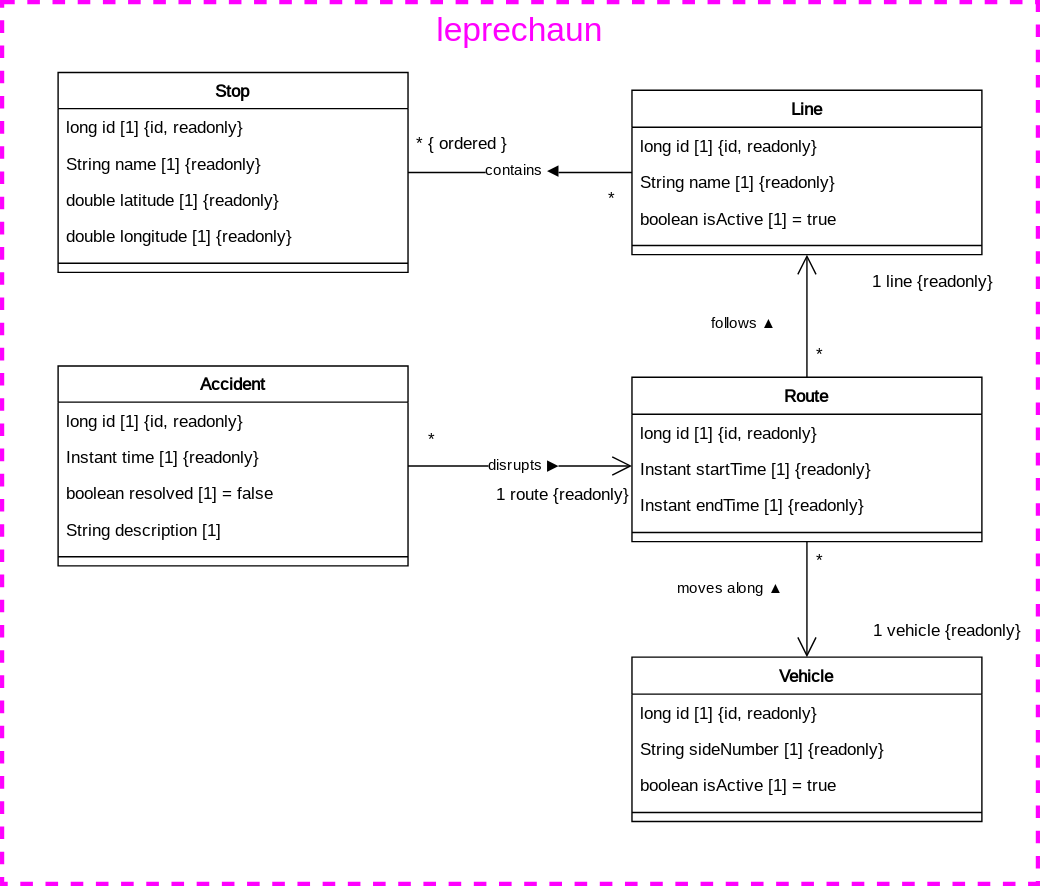
The draw.io diagram documentation/course/e2/images/class-diagram-leprechaun.drawio.svg in PWR-ACS-SE-24/SoftwareSystemDesign, before a commit. Source tidied: cells renumbered, new cells last; positions are measured from the earlier drawing's top-left corner, leaving out a move shared by most shapes.
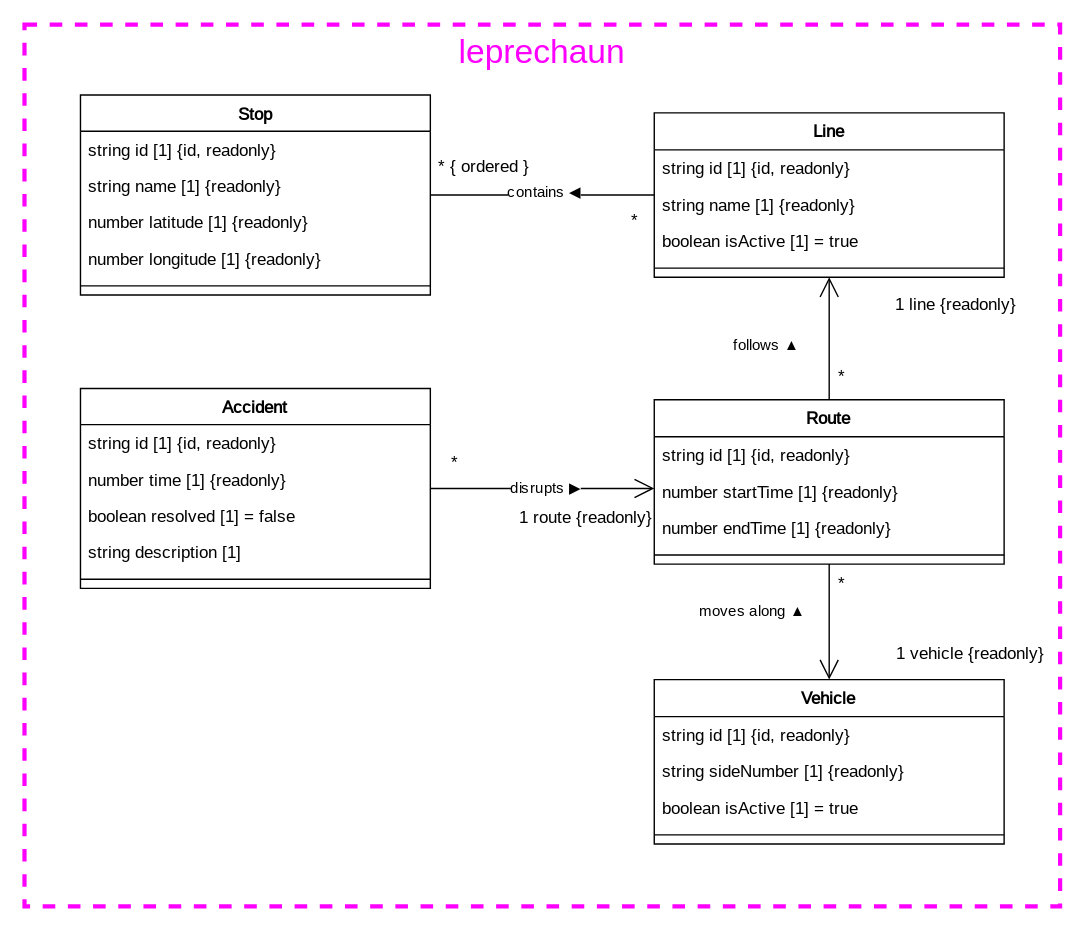
Above is the later version.

Change to the diagram source:
```diff
@@ -11,16 +11,16 @@
     <mxCell id="4" value="Accident" style="swimlane;fontStyle=1;align=center;verticalAlign=top;horizontal=1;startSize=25.818181818181817;fontFamily=JetBrains Mono;fontSource=https%3A%2F%2Ffonts.googleapis.com%2Fcss%3Ffamily%3DJetBrains%2BMono;" parent="1" vertex="1">
       <mxGeometry x="40" y="260" width="250" height="142.8" as="geometry" />
     </mxCell>
-    <mxCell id="5" value="long id [1] {id, readonly}" style="text;strokeColor=none;fillColor=none;align=left;verticalAlign=top;spacingLeft=4;spacingRight=4;overflow=hidden;fontFamily=JetBrains Mono;fontStyle=0;fontSource=https%3A%2F%2Ffonts.googleapis.com%2Fcss%3Ffamily%3DJetBrains%2BMono;" parent="4" vertex="1">
+    <mxCell id="5" value="string id [1] {id, readonly}" style="text;strokeColor=none;fillColor=none;align=left;verticalAlign=top;spacingLeft=4;spacingRight=4;overflow=hidden;fontFamily=JetBrains Mono;fontStyle=0;fontSource=https%3A%2F%2Ffonts.googleapis.com%2Fcss%3Ffamily%3DJetBrains%2BMono;" parent="4" vertex="1">
       <mxGeometry y="25.8" width="250" height="26" as="geometry" />
     </mxCell>
-    <mxCell id="6" value="Instant time [1] {readonly}" style="text;strokeColor=none;fillColor=none;align=left;verticalAlign=top;spacingLeft=4;spacingRight=4;overflow=hidden;fontFamily=JetBrains Mono;fontStyle=0;fontSource=https%3A%2F%2Ffonts.googleapis.com%2Fcss%3Ffamily%3DJetBrains%2BMono;" parent="4" vertex="1">
+    <mxCell id="6" value="number time [1] {readonly}" style="text;strokeColor=none;fillColor=none;align=left;verticalAlign=top;spacingLeft=4;spacingRight=4;overflow=hidden;fontFamily=JetBrains Mono;fontStyle=0;fontSource=https%3A%2F%2Ffonts.googleapis.com%2Fcss%3Ffamily%3DJetBrains%2BMono;" parent="4" vertex="1">
       <mxGeometry y="51.8" width="250" height="26" as="geometry" />
     </mxCell>
     <mxCell id="7" value="boolean resolved [1] = false" style="text;strokeColor=none;fillColor=none;align=left;verticalAlign=top;spacingLeft=4;spacingRight=4;overflow=hidden;fontFamily=JetBrains Mono;fontStyle=0;fontSource=https%3A%2F%2Ffonts.googleapis.com%2Fcss%3Ffamily%3DJetBrains%2BMono;" parent="4" vertex="1">
       <mxGeometry y="77.8" width="250" height="26" as="geometry" />
     </mxCell>
-    <mxCell id="8" value="String description [1]" style="text;strokeColor=none;fillColor=none;align=left;verticalAlign=top;spacingLeft=4;spacingRight=4;overflow=hidden;fontFamily=JetBrains Mono;fontStyle=0;fontSource=https%3A%2F%2Ffonts.googleapis.com%2Fcss%3Ffamily%3DJetBrains%2BMono;" parent="4" vertex="1">
+    <mxCell id="8" value="string description [1]" style="text;strokeColor=none;fillColor=none;align=left;verticalAlign=top;spacingLeft=4;spacingRight=4;overflow=hidden;fontFamily=JetBrains Mono;fontStyle=0;fontSource=https%3A%2F%2Ffonts.googleapis.com%2Fcss%3Ffamily%3DJetBrains%2BMono;" parent="4" vertex="1">
       <mxGeometry y="103.8" width="250" height="26" as="geometry" />
     </mxCell>
     <mxCell id="9" style="line;strokeWidth=1;fillColor=none;align=left;verticalAlign=middle;spacingTop=-1;spacingLeft=3;spacingRight=3;labelPosition=right;strokeColor=inherit;fontFamily=JetBrains Mono;fontStyle=0;fontSource=https%3A%2F%2Ffonts.googleapis.com%2Fcss%3Ffamily%3DJetBrains%2BMono;" parent="4" vertex="1">
@@ -29,10 +29,10 @@
     <mxCell id="10" value="Line" style="swimlane;fontStyle=1;align=center;verticalAlign=top;horizontal=1;startSize=26.444444444444443;fontFamily=JetBrains Mono;fontSource=https%3A%2F%2Ffonts.googleapis.com%2Fcss%3Ffamily%3DJetBrains%2BMono;" parent="1" vertex="1">
       <mxGeometry x="450" y="63" width="250" height="117.4" as="geometry" />
     </mxCell>
-    <mxCell id="11" value="long id [1] {id, readonly}" style="text;strokeColor=none;fillColor=none;align=left;verticalAlign=top;spacingLeft=4;spacingRight=4;overflow=hidden;fontFamily=JetBrains Mono;fontStyle=0;fontSource=https%3A%2F%2Ffonts.googleapis.com%2Fcss%3Ffamily%3DJetBrains%2BMono;" parent="10" vertex="1">
+    <mxCell id="11" value="string id [1] {id, readonly}" style="text;strokeColor=none;fillColor=none;align=left;verticalAlign=top;spacingLeft=4;spacingRight=4;overflow=hidden;fontFamily=JetBrains Mono;fontStyle=0;fontSource=https%3A%2F%2Ffonts.googleapis.com%2Fcss%3Ffamily%3DJetBrains%2BMono;" parent="10" vertex="1">
       <mxGeometry y="26.4" width="250" height="26" as="geometry" />
     </mxCell>
-    <mxCell id="12" value="String name [1] {readonly}" style="text;strokeColor=none;fillColor=none;align=left;verticalAlign=top;spacingLeft=4;spacingRight=4;overflow=hidden;fontFamily=JetBrains Mono;fontStyle=0;fontSource=https%3A%2F%2Ffonts.googleapis.com%2Fcss%3Ffamily%3DJetBrains%2BMono;" parent="10" vertex="1">
+    <mxCell id="12" value="string name [1] {readonly}" style="text;strokeColor=none;fillColor=none;align=left;verticalAlign=top;spacingLeft=4;spacingRight=4;overflow=hidden;fontFamily=JetBrains Mono;fontStyle=0;fontSource=https%3A%2F%2Ffonts.googleapis.com%2Fcss%3Ffamily%3DJetBrains%2BMono;" parent="10" vertex="1">
       <mxGeometry y="52.4" width="250" height="26" as="geometry" />
     </mxCell>
     <mxCell id="13" value="boolean isActive [1] = true" style="text;strokeColor=none;fillColor=none;align=left;verticalAlign=top;spacingLeft=4;spacingRight=4;overflow=hidden;fontFamily=JetBrains Mono;fontStyle=0;fontSource=https%3A%2F%2Ffonts.googleapis.com%2Fcss%3Ffamily%3DJetBrains%2BMono;" parent="10" vertex="1">
@@ -44,13 +44,13 @@
     <mxCell id="15" value="Route" style="swimlane;fontStyle=1;align=center;verticalAlign=top;horizontal=1;startSize=26.444444444444443;fontFamily=JetBrains Mono;fontSource=https%3A%2F%2Ffonts.googleapis.com%2Fcss%3Ffamily%3DJetBrains%2BMono;" parent="1" vertex="1">
       <mxGeometry x="450" y="268" width="250" height="117.4" as="geometry" />
     </mxCell>
-    <mxCell id="16" value="long id [1] {id, readonly}" style="text;strokeColor=none;fillColor=none;align=left;verticalAlign=top;spacingLeft=4;spacingRight=4;overflow=hidden;fontFamily=JetBrains Mono;fontStyle=0;fontSource=https%3A%2F%2Ffonts.googleapis.com%2Fcss%3Ffamily%3DJetBrains%2BMono;" parent="15" vertex="1">
+    <mxCell id="16" value="string id [1] {id, readonly}" style="text;strokeColor=none;fillColor=none;align=left;verticalAlign=top;spacingLeft=4;spacingRight=4;overflow=hidden;fontFamily=JetBrains Mono;fontStyle=0;fontSource=https%3A%2F%2Ffonts.googleapis.com%2Fcss%3Ffamily%3DJetBrains%2BMono;" parent="15" vertex="1">
       <mxGeometry y="26.4" width="250" height="26" as="geometry" />
     </mxCell>
-    <mxCell id="17" value="Instant startTime [1] {readonly}" style="text;strokeColor=none;fillColor=none;align=left;verticalAlign=top;spacingLeft=4;spacingRight=4;overflow=hidden;fontFamily=JetBrains Mono;fontStyle=0;fontSource=https%3A%2F%2Ffonts.googleapis.com%2Fcss%3Ffamily%3DJetBrains%2BMono;" parent="15" vertex="1">
+    <mxCell id="17" value="number startTime [1] {readonly}" style="text;strokeColor=none;fillColor=none;align=left;verticalAlign=top;spacingLeft=4;spacingRight=4;overflow=hidden;fontFamily=JetBrains Mono;fontStyle=0;fontSource=https%3A%2F%2Ffonts.googleapis.com%2Fcss%3Ffamily%3DJetBrains%2BMono;" parent="15" vertex="1">
       <mxGeometry y="52.4" width="250" height="26" as="geometry" />
     </mxCell>
-    <mxCell id="18" value="Instant endTime [1] {readonly}" style="text;strokeColor=none;fillColor=none;align=left;verticalAlign=top;spacingLeft=4;spacingRight=4;overflow=hidden;fontFamily=JetBrains Mono;fontStyle=0;fontSource=https%3A%2F%2Ffonts.googleapis.com%2Fcss%3Ffamily%3DJetBrains%2BMono;" parent="15" vertex="1">
+    <mxCell id="18" value="number endTime [1] {readonly}" style="text;strokeColor=none;fillColor=none;align=left;verticalAlign=top;spacingLeft=4;spacingRight=4;overflow=hidden;fontFamily=JetBrains Mono;fontStyle=0;fontSource=https%3A%2F%2Ffonts.googleapis.com%2Fcss%3Ffamily%3DJetBrains%2BMono;" parent="15" vertex="1">
       <mxGeometry y="78.4" width="250" height="26" as="geometry" />
     </mxCell>
     <mxCell id="19" style="line;strokeWidth=1;fillColor=none;align=left;verticalAlign=middle;spacingTop=-1;spacingLeft=3;spacingRight=3;labelPosition=right;strokeColor=inherit;fontFamily=JetBrains Mono;fontStyle=0;fontSource=https%3A%2F%2Ffonts.googleapis.com%2Fcss%3Ffamily%3DJetBrains%2BMono;" parent="15" vertex="1">
@@ -59,16 +59,16 @@
     <mxCell id="20" value="Stop" style="swimlane;fontStyle=1;align=center;verticalAlign=top;horizontal=1;startSize=25.818181818181817;fontFamily=JetBrains Mono;fontSource=https%3A%2F%2Ffonts.googleapis.com%2Fcss%3Ffamily%3DJetBrains%2BMono;" parent="1" vertex="1">
       <mxGeometry x="40" y="50.3" width="250" height="142.8" as="geometry" />
     </mxCell>
-    <mxCell id="21" value="long id [1] {id, readonly}" style="text;strokeColor=none;fillColor=none;align=left;verticalAlign=top;spacingLeft=4;spacingRight=4;overflow=hidden;fontFamily=JetBrains Mono;fontStyle=0;fontSource=https%3A%2F%2Ffonts.googleapis.com%2Fcss%3Ffamily%3DJetBrains%2BMono;" parent="20" vertex="1">
+    <mxCell id="21" value="string id [1] {id, readonly}" style="text;strokeColor=none;fillColor=none;align=left;verticalAlign=top;spacingLeft=4;spacingRight=4;overflow=hidden;fontFamily=JetBrains Mono;fontStyle=0;fontSource=https%3A%2F%2Ffonts.googleapis.com%2Fcss%3Ffamily%3DJetBrains%2BMono;" parent="20" vertex="1">
       <mxGeometry y="25.8" width="250" height="26" as="geometry" />
     </mxCell>
-    <mxCell id="22" value="String name [1] {readonly}" style="text;strokeColor=none;fillColor=none;align=left;verticalAlign=top;spacingLeft=4;spacingRight=4;overflow=hidden;fontFamily=JetBrains Mono;fontStyle=0;fontSource=https%3A%2F%2Ffonts.googleapis.com%2Fcss%3Ffamily%3DJetBrains%2BMono;" parent="20" vertex="1">
+    <mxCell id="22" value="string name [1] {readonly}" style="text;strokeColor=none;fillColor=none;align=left;verticalAlign=top;spacingLeft=4;spacingRight=4;overflow=hidden;fontFamily=JetBrains Mono;fontStyle=0;fontSource=https%3A%2F%2Ffonts.googleapis.com%2Fcss%3Ffamily%3DJetBrains%2BMono;" parent="20" vertex="1">
       <mxGeometry y="51.8" width="250" height="26" as="geometry" />
     </mxCell>
-    <mxCell id="23" value="double latitude [1] {readonly}" style="text;strokeColor=none;fillColor=none;align=left;verticalAlign=top;spacingLeft=4;spacingRight=4;overflow=hidden;fontFamily=JetBrains Mono;fontStyle=0;fontSource=https%3A%2F%2Ffonts.googleapis.com%2Fcss%3Ffamily%3DJetBrains%2BMono;" parent="20" vertex="1">
+    <mxCell id="23" value="number latitude [1] {readonly}" style="text;strokeColor=none;fillColor=none;align=left;verticalAlign=top;spacingLeft=4;spacingRight=4;overflow=hidden;fontFamily=JetBrains Mono;fontStyle=0;fontSource=https%3A%2F%2Ffonts.googleapis.com%2Fcss%3Ffamily%3DJetBrains%2BMono;" parent="20" vertex="1">
       <mxGeometry y="77.8" width="250" height="26" as="geometry" />
     </mxCell>
-    <mxCell id="24" value="double longitude [1] {readonly}" style="text;strokeColor=none;fillColor=none;align=left;verticalAlign=top;spacingLeft=4;spacingRight=4;overflow=hidden;fontFamily=JetBrains Mono;fontStyle=0;fontSource=https%3A%2F%2Ffonts.googleapis.com%2Fcss%3Ffamily%3DJetBrains%2BMono;" parent="20" vertex="1">
+    <mxCell id="24" value="number longitude [1] {readonly}" style="text;strokeColor=none;fillColor=none;align=left;verticalAlign=top;spacingLeft=4;spacingRight=4;overflow=hidden;fontFamily=JetBrains Mono;fontStyle=0;fontSource=https%3A%2F%2Ffonts.googleapis.com%2Fcss%3Ffamily%3DJetBrains%2BMono;" parent="20" vertex="1">
       <mxGeometry y="103.8" width="250" height="26" as="geometry" />
     </mxCell>
     <mxCell id="25" style="line;strokeWidth=1;fillColor=none;align=left;verticalAlign=middle;spacingTop=-1;spacingLeft=3;spacingRight=3;labelPosition=right;strokeColor=inherit;fontFamily=JetBrains Mono;fontStyle=0;fontSource=https%3A%2F%2Ffonts.googleapis.com%2Fcss%3Ffamily%3DJetBrains%2BMono;" parent="20" vertex="1">
@@ -77,10 +77,10 @@
     <mxCell id="26" value="Vehicle" style="swimlane;fontStyle=1;align=center;verticalAlign=top;horizontal=1;startSize=26.444444444444443;fontFamily=JetBrains Mono;fontSource=https%3A%2F%2Ffonts.googleapis.com%2Fcss%3Ffamily%3DJetBrains%2BMono;" parent="1" vertex="1">
       <mxGeometry x="450" y="468" width="250" height="117.4" as="geometry" />
     </mxCell>
-    <mxCell id="27" value="long id [1] {id, readonly}" style="text;strokeColor=none;fillColor=none;align=left;verticalAlign=top;spacingLeft=4;spacingRight=4;overflow=hidden;fontFamily=JetBrains Mono;fontStyle=0;fontSource=https%3A%2F%2Ffonts.googleapis.com%2Fcss%3Ffamily%3DJetBrains%2BMono;" parent="26" vertex="1">
+    <mxCell id="27" value="string id [1] {id, readonly}" style="text;strokeColor=none;fillColor=none;align=left;verticalAlign=top;spacingLeft=4;spacingRight=4;overflow=hidden;fontFamily=JetBrains Mono;fontStyle=0;fontSource=https%3A%2F%2Ffonts.googleapis.com%2Fcss%3Ffamily%3DJetBrains%2BMono;" parent="26" vertex="1">
       <mxGeometry y="26.4" width="250" height="26" as="geometry" />
     </mxCell>
-    <mxCell id="28" value="String sideNumber [1] {readonly}" style="text;strokeColor=none;fillColor=none;align=left;verticalAlign=top;spacingLeft=4;spacingRight=4;overflow=hidden;fontFamily=JetBrains Mono;fontStyle=0;fontSource=https%3A%2F%2Ffonts.googleapis.com%2Fcss%3Ffamily%3DJetBrains%2BMono;" parent="26" vertex="1">
+    <mxCell id="28" value="string sideNumber [1] {readonly}" style="text;strokeColor=none;fillColor=none;align=left;verticalAlign=top;spacingLeft=4;spacingRight=4;overflow=hidden;fontFamily=JetBrains Mono;fontStyle=0;fontSource=https%3A%2F%2Ffonts.googleapis.com%2Fcss%3Ffamily%3DJetBrains%2BMono;" parent="26" vertex="1">
       <mxGeometry y="52.4" width="250" height="26" as="geometry" />
     </mxCell>
     <mxCell id="29" value="boolean isActive [1] = true" style="text;strokeColor=none;fillColor=none;align=left;verticalAlign=top;spacingLeft=4;spacingRight=4;overflow=hidden;fontFamily=JetBrains Mono;fontStyle=0;fontSource=https%3A%2F%2Ffonts.googleapis.com%2Fcss%3Ffamily%3DJetBrains%2BMono;" parent="26" vertex="1">
```
